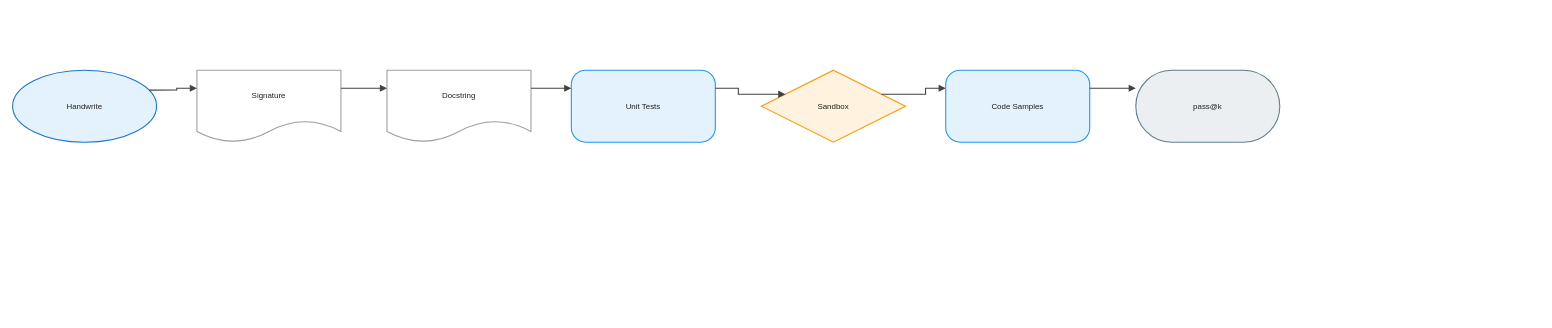
Before: client/public/drawio/HumanEval/HumanEval.en.drawio in joe1chief/benchmark-hub, a draw.io diagram. Source tidied: cells renumbered, new cells numbered last; positions are measured from the earlier drawing's top-left corner, leaving out a move shared by most shapes. Both pictures are drawn from the tidied source at 72%, with x=0, y=0 at pixel (12, 70).
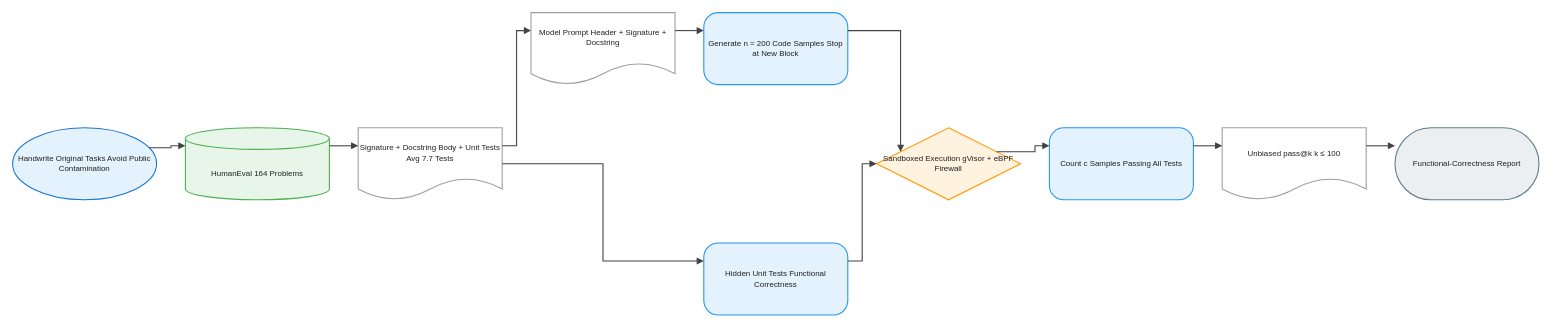
The same page after the edit.

The edit, as a diff of the source:
```diff
@@
-    <mxCell id="2" value="Handwrite" style="ellipse;html=1;whiteSpace=wrap;fillColor=#E3F2FD;strokeColor=#1976D2;strokeWidth=1.5;fontColor=#212121;fontSize=11;fontFamily=Arial, Helvetica, sans-serif;verticalAlign=middle;align=center;" parent="1" vertex="1">
-      <mxGeometry width="200" height="100" as="geometry" />
+    <mxCell id="2" value="Handwrite Original Tasks Avoid Public Contamination" style="ellipse;html=1;whiteSpace=wrap;fillColor=#E3F2FD;strokeColor=#1976D2;strokeWidth=1.5;fontColor=#212121;fontSize=11;fontFamily=Arial, Helvetica, sans-serif;verticalAlign=middle;align=center;" parent="1" vertex="1">
+      <mxGeometry y="80" width="200" height="100" as="geometry" />
     </mxCell>
-    <mxCell id="3" value="Signature" style="shape=document;boundedLbl=1;html=1;whiteSpace=wrap;fillColor=#FFFFFF;strokeColor=#9E9E9E;strokeWidth=1.5;fontColor=#212121;fontSize=11;fontFamily=Arial, Helvetica, sans-serif;verticalAlign=middle;align=center;" parent="1" vertex="1">
-      <mxGeometry x="256" width="200" height="100" as="geometry" />
+    <mxCell id="3" value="HumanEval 164 Problems" style="shape=cylinder3;boundedLbl=1;backgroundOutline=1;size=15;html=1;whiteSpace=wrap;fillColor=#E8F5E9;strokeColor=#4CAF50;strokeWidth=1.5;fontColor=#212121;fontSize=11;fontFamily=Arial, Helvetica, sans-serif;verticalAlign=middle;align=center;" parent="1" vertex="1">
+      <mxGeometry x="240" y="80" width="200" height="100" as="geometry" />
     </mxCell>
-    <mxCell id="4" value="Docstring" style="shape=document;boundedLbl=1;html=1;whiteSpace=wrap;fillColor=#FFFFFF;strokeColor=#9E9E9E;strokeWidth=1.5;fontColor=#212121;fontSize=11;fontFamily=Arial, Helvetica, sans-serif;verticalAlign=middle;align=center;" parent="1" vertex="1">
-      <mxGeometry x="520" width="200" height="100" as="geometry" />
+    <mxCell id="4" value="Signature + Docstring Body + Unit Tests Avg 7.7 Tests" style="shape=document;boundedLbl=1;html=1;whiteSpace=wrap;fillColor=#FFFFFF;strokeColor=#9E9E9E;strokeWidth=1.5;fontColor=#212121;fontSize=11;fontFamily=Arial, Helvetica, sans-serif;verticalAlign=middle;align=center;" parent="1" vertex="1">
+      <mxGeometry x="480" y="80" width="200" height="100" as="geometry" />
     </mxCell>
-    <mxCell id="5" value="Unit Tests" style="rounded=1;arcSize=20;html=1;whiteSpace=wrap;fillColor=#E3F2FD;strokeColor=#2196F3;strokeWidth=1.5;fontColor=#212121;fontSize=11;fontFamily=Arial, Helvetica, sans-serif;verticalAlign=middle;align=center;" parent="1" vertex="1">
-      <mxGeometry x="776" width="200" height="100" as="geometry" />
+    <mxCell id="5" value="Model Prompt Header + Signature + Docstring" style="shape=document;boundedLbl=1;html=1;whiteSpace=wrap;fillColor=#FFFFFF;strokeColor=#9E9E9E;strokeWidth=1.5;fontColor=#212121;fontSize=11;fontFamily=Arial, Helvetica, sans-serif;verticalAlign=middle;align=center;" parent="1" vertex="1">
+      <mxGeometry x="720" y="-80" width="200" height="100" as="geometry" />
     </mxCell>
-    <mxCell id="6" value="Sandbox" style="rhombus;html=1;whiteSpace=wrap;fillColor=#FFF3E0;strokeColor=#FF9800;strokeWidth=1.5;fontColor=#212121;fontSize=11;fontFamily=Arial, Helvetica, sans-serif;verticalAlign=middle;align=center;" parent="1" vertex="1">
-      <mxGeometry x="1040" width="200" height="100" as="geometry" />
+    <mxCell id="6" value="Hidden Unit Tests Functional Correctness" style="rounded=1;arcSize=20;html=1;whiteSpace=wrap;fillColor=#E3F2FD;strokeColor=#2196F3;strokeWidth=1.5;fontColor=#212121;fontSize=11;fontFamily=Arial, Helvetica, sans-serif;verticalAlign=middle;align=center;" parent="1" vertex="1">
+      <mxGeometry x="960" y="240" width="200" height="100" as="geometry" />
     </mxCell>
-    <mxCell id="7" value="Code Samples" style="rounded=1;arcSize=20;html=1;whiteSpace=wrap;fillColor=#E3F2FD;strokeColor=#2196F3;strokeWidth=1.5;fontColor=#212121;fontSize=11;fontFamily=Arial, Helvetica, sans-serif;verticalAlign=middle;align=center;" parent="1" vertex="1">
-      <mxGeometry x="1296" width="200" height="100" as="geometry" />
+    <mxCell id="7" value="Generate n = 200 Code Samples Stop at New Block" style="rounded=1;arcSize=20;html=1;whiteSpace=wrap;fillColor=#E3F2FD;strokeColor=#2196F3;strokeWidth=1.5;fontColor=#212121;fontSize=11;fontFamily=Arial, Helvetica, sans-serif;verticalAlign=middle;align=center;" parent="1" vertex="1">
+      <mxGeometry x="960" y="-80" width="200" height="100" as="geometry" />
     </mxCell>
-    <mxCell id="8" value="pass@k" style="rounded=1;arcSize=50;html=1;whiteSpace=wrap;fillColor=#ECEFF1;strokeColor=#607D8B;strokeWidth=1.5;fontColor=#212121;fontSize=11;fontFamily=Arial, Helvetica, sans-serif;verticalAlign=middle;align=center;" parent="1" vertex="1">
-      <mxGeometry x="1560" width="200" height="100" as="geometry" />
+    <mxCell id="8" value="Sandboxed Execution gVisor + eBPF Firewall" style="rhombus;html=1;whiteSpace=wrap;fillColor=#FFF3E0;strokeColor=#FF9800;strokeWidth=1.5;fontColor=#212121;fontSize=11;fontFamily=Arial, Helvetica, sans-serif;verticalAlign=middle;align=center;" parent="1" vertex="1">
+      <mxGeometry x="1200" y="80" width="200" height="100" as="geometry" />
     </mxCell>
-    <mxCell id="9" style="edgeStyle=orthogonalEdgeStyle;rounded=0;jettySize=auto;html=1;strokeColor=#424242;strokeWidth=1.5;endArrow=block;endFill=1;exitX=1;exitY=0.25;exitDx=0;exitDy=0;entryX=0;entryY=0.25;entryDx=0;entryDy=0;jumpStyle=arc;jumpSize=8;" parent="1" edge="1" source="2" target="3">
-      <mxGeometry relative="1" as="geometry" />
+    <mxCell id="9" value="Count c Samples Passing All Tests" style="rounded=1;arcSize=20;html=1;whiteSpace=wrap;fillColor=#E3F2FD;strokeColor=#2196F3;strokeWidth=1.5;fontColor=#212121;fontSize=11;fontFamily=Arial, Helvetica, sans-serif;verticalAlign=middle;align=center;" parent="1" vertex="1">
+      <mxGeometry x="1440" y="80" width="200" height="100" as="geometry" />
     </mxCell>
-    <mxCell id="10" style="edgeStyle=orthogonalEdgeStyle;rounded=0;jettySize=auto;html=1;strokeColor=#424242;strokeWidth=1.5;endArrow=block;endFill=1;exitX=1;exitY=0.25;exitDx=0;exitDy=0;entryX=0;entryY=0.25;entryDx=0;entryDy=0;jumpStyle=arc;jumpSize=8;" parent="1" edge="1" source="3" target="4">
-      <mxGeometry relative="1" as="geometry" />
+    <mxCell id="10" value="Unbiased pass@k k ≤ 100" style="shape=document;boundedLbl=1;html=1;whiteSpace=wrap;fillColor=#FFFFFF;strokeColor=#9E9E9E;strokeWidth=1.5;fontColor=#212121;fontSize=11;fontFamily=Arial, Helvetica, sans-serif;verticalAlign=middle;align=center;" parent="1" vertex="1">
+      <mxGeometry x="1680" y="80" width="200" height="100" as="geometry" />
     </mxCell>
-    <mxCell id="11" style="edgeStyle=orthogonalEdgeStyle;rounded=0;jettySize=auto;html=1;strokeColor=#424242;strokeWidth=1.5;endArrow=block;endFill=1;exitX=1;exitY=0.25;exitDx=0;exitDy=0;entryX=0;entryY=0.25;entryDx=0;entryDy=0;jumpStyle=arc;jumpSize=8;" parent="1" edge="1" source="4" target="5">
-      <mxGeometry relative="1" as="geometry" />
+    <mxCell id="11" value="Functional-Correctness Report" style="rounded=1;arcSize=50;html=1;whiteSpace=wrap;fillColor=#ECEFF1;strokeColor=#607D8B;strokeWidth=1.5;fontColor=#212121;fontSize=11;fontFamily=Arial, Helvetica, sans-serif;verticalAlign=middle;align=center;" parent="1" vertex="1">
+      <mxGeometry x="1920" y="80" width="200" height="100" as="geometry" />
     </mxCell>
-    <mxCell id="12" style="edgeStyle=orthogonalEdgeStyle;rounded=0;jettySize=auto;html=1;strokeColor=#424242;strokeWidth=1.5;endArrow=block;endFill=1;exitX=1;exitY=0.25;exitDx=0;exitDy=0;entryX=0;entryY=0.25;entryDx=0;entryDy=0;jumpStyle=arc;jumpSize=8;" parent="1" edge="1" source="5" target="6">
+    <mxCell id="12" style="edgeStyle=orthogonalEdgeStyle;rounded=0;jettySize=auto;html=1;strokeColor=#424242;strokeWidth=1.5;endArrow=block;endFill=1;exitX=1;exitY=0.25;exitDx=0;exitDy=0;entryX=0;entryY=0.25;entryDx=0;entryDy=0;jumpStyle=arc;jumpSize=8;" parent="1" edge="1" source="2" target="3">
       <mxGeometry relative="1" as="geometry" />
     </mxCell>
-    <mxCell id="13" style="edgeStyle=orthogonalEdgeStyle;rounded=0;jettySize=auto;html=1;strokeColor=#424242;strokeWidth=1.5;endArrow=block;endFill=1;exitX=1;exitY=0.25;exitDx=0;exitDy=0;entryX=0;entryY=0.25;entryDx=0;entryDy=0;jumpStyle=arc;jumpSize=8;" parent="1" edge="1" source="6" target="7">
+    <mxCell id="13" style="edgeStyle=orthogonalEdgeStyle;rounded=0;jettySize=auto;html=1;strokeColor=#424242;strokeWidth=1.5;endArrow=block;endFill=1;exitX=1;exitY=0.25;exitDx=0;exitDy=0;entryX=0;entryY=0.25;entryDx=0;entryDy=0;jumpStyle=arc;jumpSize=8;" parent="1" edge="1" source="3" target="4">
       <mxGeometry relative="1" as="geometry" />
     </mxCell>
-    <mxCell id="14" style="edgeStyle=orthogonalEdgeStyle;rounded=0;jettySize=auto;html=1;strokeColor=#424242;strokeWidth=1.5;endArrow=block;endFill=1;exitX=1;exitY=0.25;exitDx=0;exitDy=0;entryX=0;entryY=0.25;entryDx=0;entryDy=0;jumpStyle=arc;jumpSize=8;" parent="1" edge="1" source="7" target="8">
+    <mxCell id="14" style="edgeStyle=orthogonalEdgeStyle;rounded=0;jettySize=auto;html=1;strokeColor=#424242;strokeWidth=1.5;endArrow=block;endFill=1;exitX=1;exitY=0.25;exitDx=0;exitDy=0;entryX=0;entryY=0.25;entryDx=0;entryDy=0;jumpStyle=arc;jumpSize=8;" parent="1" edge="1" source="4" target="5">
       <mxGeometry relative="1" as="geometry" />
     </mxCell>
+    <mxCell id="15" style="edgeStyle=orthogonalEdgeStyle;rounded=0;jettySize=auto;html=1;strokeColor=#424242;strokeWidth=1.5;endArrow=block;endFill=1;exitX=1;exitY=0.5;exitDx=0;exitDy=0;entryX=0;entryY=0.25;entryDx=0;entryDy=0;jumpStyle=arc;jumpSize=8;" parent="1" edge="1" source="4" target="6">
+      <mxGeometry relative="1" as="geometry" />
+    </mxCell>
+    <mxCell id="16" style="edgeStyle=orthogonalEdgeStyle;rounded=0;jettySize=auto;html=1;strokeColor=#424242;strokeWidth=1.5;endArrow=block;endFill=1;exitX=1;exitY=0.25;exitDx=0;exitDy=0;entryX=0;entryY=0.25;entryDx=0;entryDy=0;jumpStyle=arc;jumpSize=8;" parent="1" edge="1" source="5" target="7">
+      <mxGeometry relative="1" as="geometry" />
+    </mxCell>
+    <mxCell id="17" style="edgeStyle=orthogonalEdgeStyle;rounded=0;jettySize=auto;html=1;strokeColor=#424242;strokeWidth=1.5;endArrow=block;endFill=1;exitX=1;exitY=0.25;exitDx=0;exitDy=0;entryX=0;entryY=0.25;entryDx=0;entryDy=0;jumpStyle=arc;jumpSize=8;" parent="1" edge="1" source="7" target="8">
+      <mxGeometry relative="1" as="geometry" />
+    </mxCell>
+    <mxCell id="18" style="edgeStyle=orthogonalEdgeStyle;rounded=0;jettySize=auto;html=1;strokeColor=#424242;strokeWidth=1.5;endArrow=block;endFill=1;exitX=1;exitY=0.25;exitDx=0;exitDy=0;entryX=0;entryY=0.5;entryDx=0;entryDy=0;jumpStyle=arc;jumpSize=8;" parent="1" edge="1" source="6" target="8">
+      <mxGeometry relative="1" as="geometry" />
+    </mxCell>
+    <mxCell id="19" style="edgeStyle=orthogonalEdgeStyle;rounded=0;jettySize=auto;html=1;strokeColor=#424242;strokeWidth=1.5;endArrow=block;endFill=1;exitX=1;exitY=0.25;exitDx=0;exitDy=0;entryX=0;entryY=0.25;entryDx=0;entryDy=0;jumpStyle=arc;jumpSize=8;" parent="1" edge="1" source="8" target="9">
+      <mxGeometry relative="1" as="geometry" />
+    </mxCell>
+    <mxCell id="20" style="edgeStyle=orthogonalEdgeStyle;rounded=0;jettySize=auto;html=1;strokeColor=#424242;strokeWidth=1.5;endArrow=block;endFill=1;exitX=1;exitY=0.25;exitDx=0;exitDy=0;entryX=0;entryY=0.25;entryDx=0;entryDy=0;jumpStyle=arc;jumpSize=8;" parent="1" edge="1" source="9" target="10">
+      <mxGeometry relative="1" as="geometry" />
+    </mxCell>
+    <mxCell id="21" style="edgeStyle=orthogonalEdgeStyle;rounded=0;jettySize=auto;html=1;strokeColor=#424242;strokeWidth=1.5;endArrow=block;endFill=1;exitX=1;exitY=0.25;exitDx=0;exitDy=0;entryX=0;entryY=0.25;entryDx=0;entryDy=0;jumpStyle=arc;jumpSize=8;" parent="1" edge="1" source="10" target="11">
+      <mxGeometry relative="1" as="geometry" />
+    </mxCell>
```
